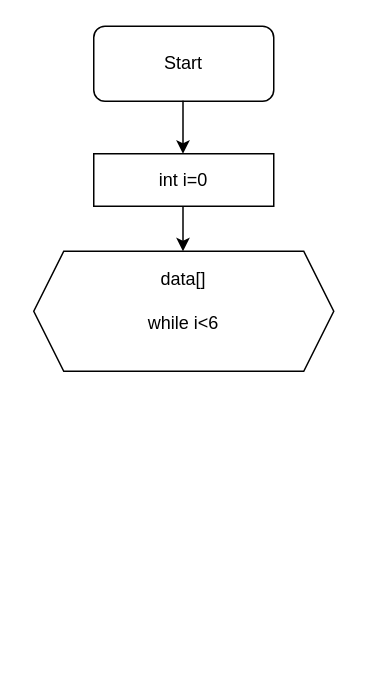
Earlier version of the draw.io diagram sources/Untitled Diagram.drawio (Enyarina/Kate6). Source tidied: cells renumbered, new cells numbered last; positions are measured from the earlier drawing's top-left corner, leaving out a move shared by most shapes. Both pictures are drawn from the tidied source at 150%, with x=0, y=0 at pixel (33, 26).
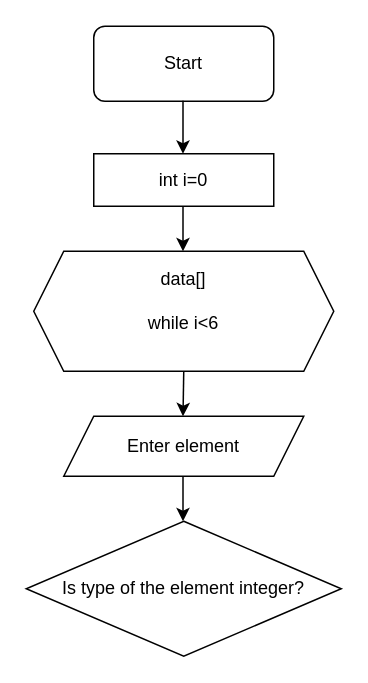
The same page after the edit.

Change to the diagram source:
```diff
@@
 <mxGraphModel>
   <root>
     <mxCell id="0" />
     <mxCell id="1" parent="0" />
     <mxCell id="2" value="Start" style="rounded=1;whiteSpace=wrap;html=1;strokeColor=#000000;" parent="1" vertex="1">
       <mxGeometry x="40" width="120" height="50" as="geometry" />
     </mxCell>
     <mxCell id="3" style="endArrow=classic;html=1;" parent="1" edge="1">
       <mxGeometry relative="1" as="geometry">
         <mxPoint x="99.5" y="65" as="sourcePoint" />
         <mxPoint x="99.5" y="85" as="targetPoint" />
         <Array as="points">
           <mxPoint x="99.5" y="45" />
         </Array>
       </mxGeometry>
     </mxCell>
     <mxCell id="4" value="&lt;div&gt;data[]&lt;/div&gt;&lt;div&gt;&lt;br&gt;&lt;/div&gt;&lt;div&gt;while i&amp;lt;6&lt;br&gt;&lt;/div&gt;&lt;div&gt;&lt;br&gt;&lt;/div&gt;" style="shape=hexagon;perimeter=hexagonPerimeter2;whiteSpace=wrap;html=1;fixedSize=1;strokeColor=#000000;size=20;" parent="1" vertex="1">
       <mxGeometry y="150" width="200" height="80" as="geometry" />
     </mxCell>
     <mxCell id="5" value="int i=0" style="rounded=0;whiteSpace=wrap;html=1;strokeColor=#000000;" parent="1" vertex="1">
       <mxGeometry x="40" y="85" width="120" height="35" as="geometry" />
     </mxCell>
     <mxCell id="6" style="endArrow=classic;html=1;" parent="1" edge="1">
       <mxGeometry relative="1" as="geometry">
         <mxPoint x="99.5" y="120" as="sourcePoint" />
         <mxPoint x="99.5" y="150" as="targetPoint" />
         <Array as="points">
           <mxPoint x="99.5" y="150" />
         </Array>
       </mxGeometry>
     </mxCell>
+    <mxCell id="7" value="Enter element" style="shape=parallelogram;perimeter=parallelogramPerimeter;whiteSpace=wrap;html=1;fixedSize=1;strokeColor=#000000;" parent="1" vertex="1">
+      <mxGeometry x="20" y="260" width="160" height="40" as="geometry" />
+    </mxCell>
+    <mxCell id="8" style="endArrow=classic;html=1;" parent="1" edge="1">
+      <mxGeometry relative="1" as="geometry">
+        <mxPoint x="100" y="230" as="sourcePoint" />
+        <mxPoint x="99.5" y="260" as="targetPoint" />
+      </mxGeometry>
+    </mxCell>
+    <mxCell id="9" value="Is type of the element integer?" style="rhombus;whiteSpace=wrap;html=1;strokeColor=#000000;" parent="1" vertex="1">
+      <mxGeometry x="-5" y="330" width="210" height="90" as="geometry" />
+    </mxCell>
+    <mxCell id="10" style="endArrow=classic;html=1;" parent="1" edge="1">
+      <mxGeometry relative="1" as="geometry">
+        <mxPoint x="99.5" y="300" as="sourcePoint" />
+        <mxPoint x="99.5" y="330" as="targetPoint" />
+      </mxGeometry>
+    </mxCell>
   </root>
 </mxGraphModel>
```
